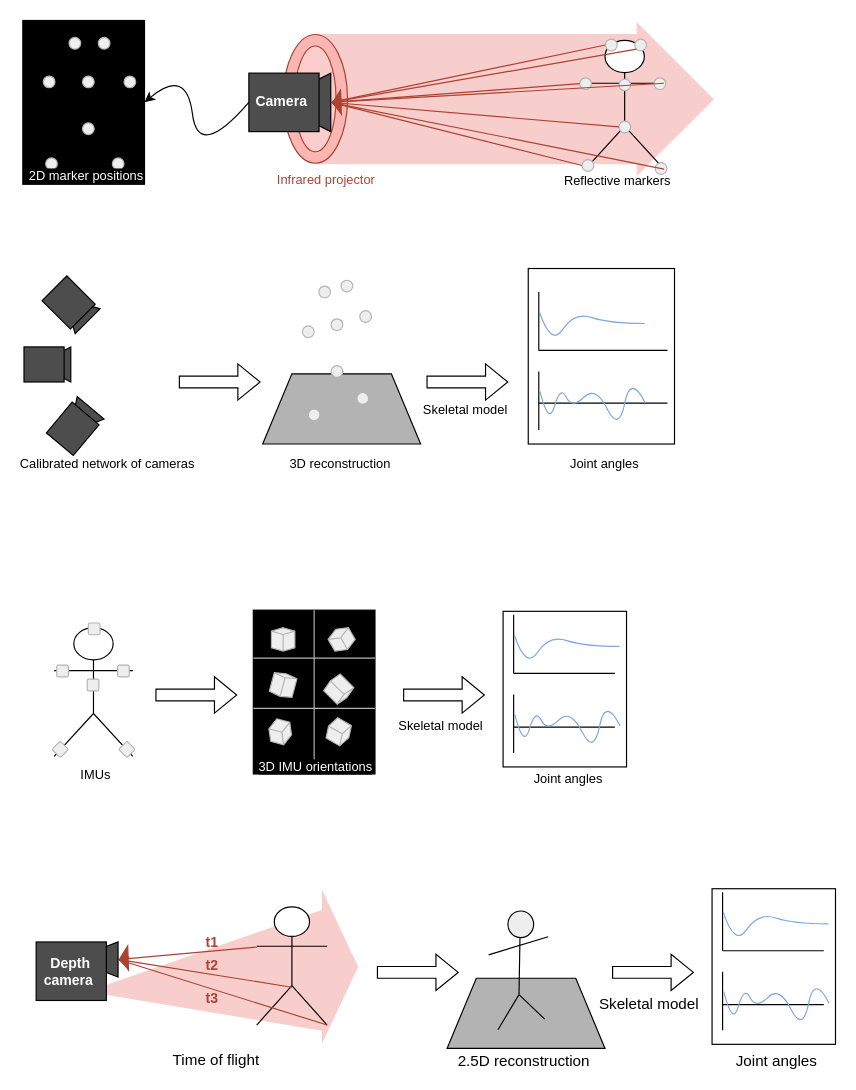
The draw.io diagram Thesis/Chap1/Figures/Chap1.drawio in davidpagnon/These_David_Pagnon, before the edit. Source tidied: cells renumbered, new cells numbered last; positions are measured from the earlier drawing's top-left corner, leaving out a move shared by most shapes. Both pictures are drawn from the tidied source at 117%, with x=0, y=0 at pixel (22, 20).
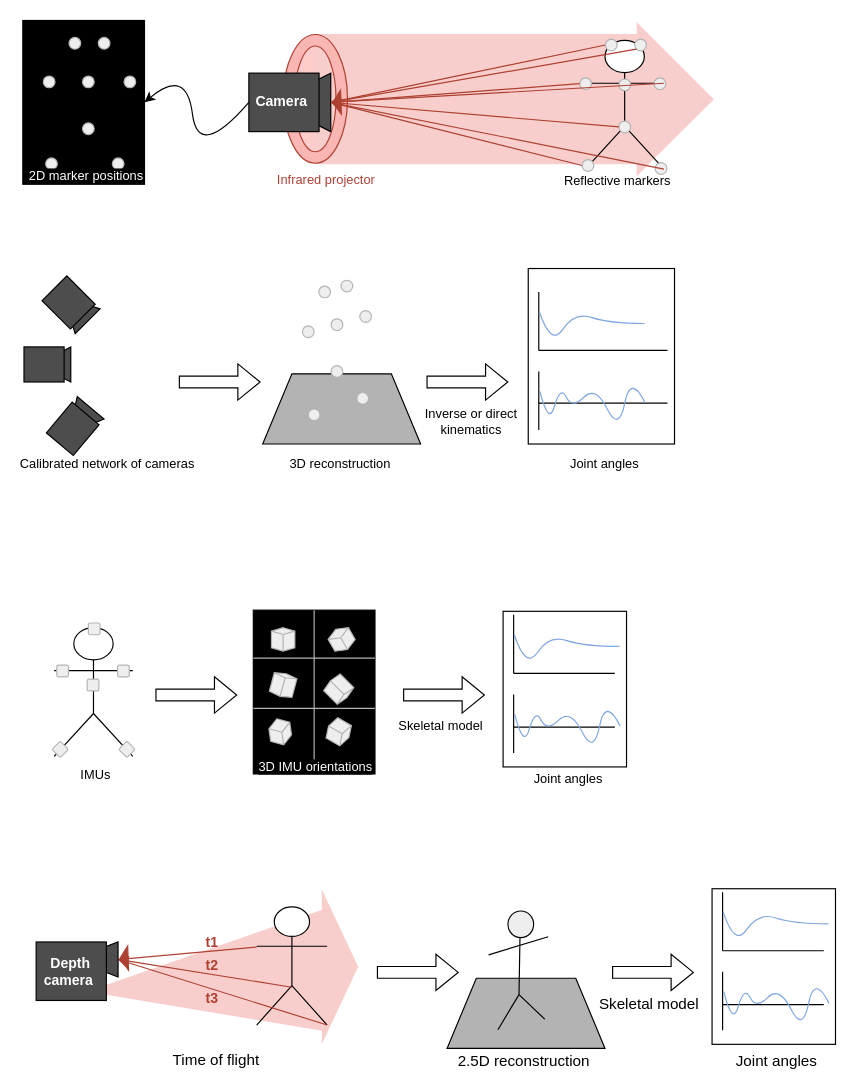
After the change.

What changed in the source:
```diff
@@
-    <mxCell id="96" value="Skeletal model" style="text;html=1;align=center;verticalAlign=middle;strokeColor=none;fillColor=none;fontSize=11;" parent="1" vertex="1">
-      <mxGeometry x="327.5" y="318" width="100" height="30" as="geometry" />
+    <mxCell id="96" value="Inverse or direct&lt;br&gt;kinematics" style="text;html=1;align=center;verticalAlign=middle;strokeColor=none;fillColor=none;fontSize=11;" parent="1" vertex="1">
+      <mxGeometry x="333" y="323" width="100" height="40" as="geometry" />
     </mxCell>
```
